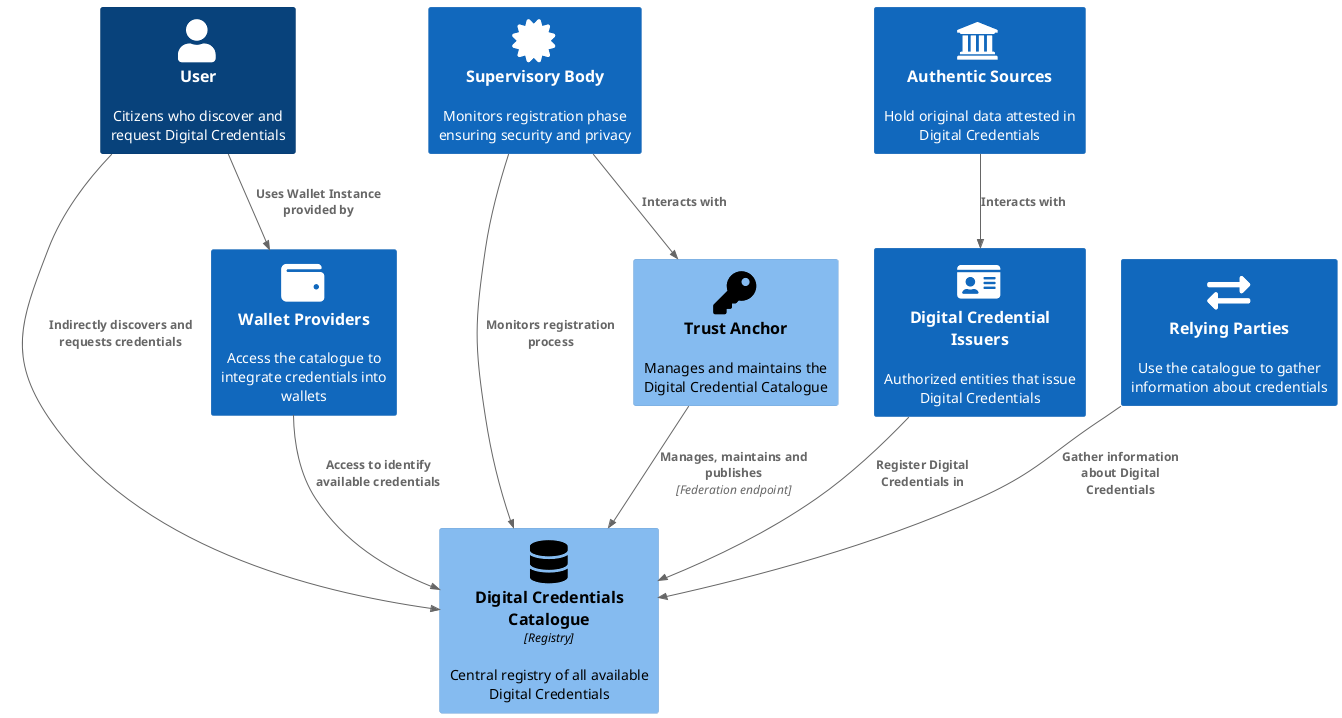
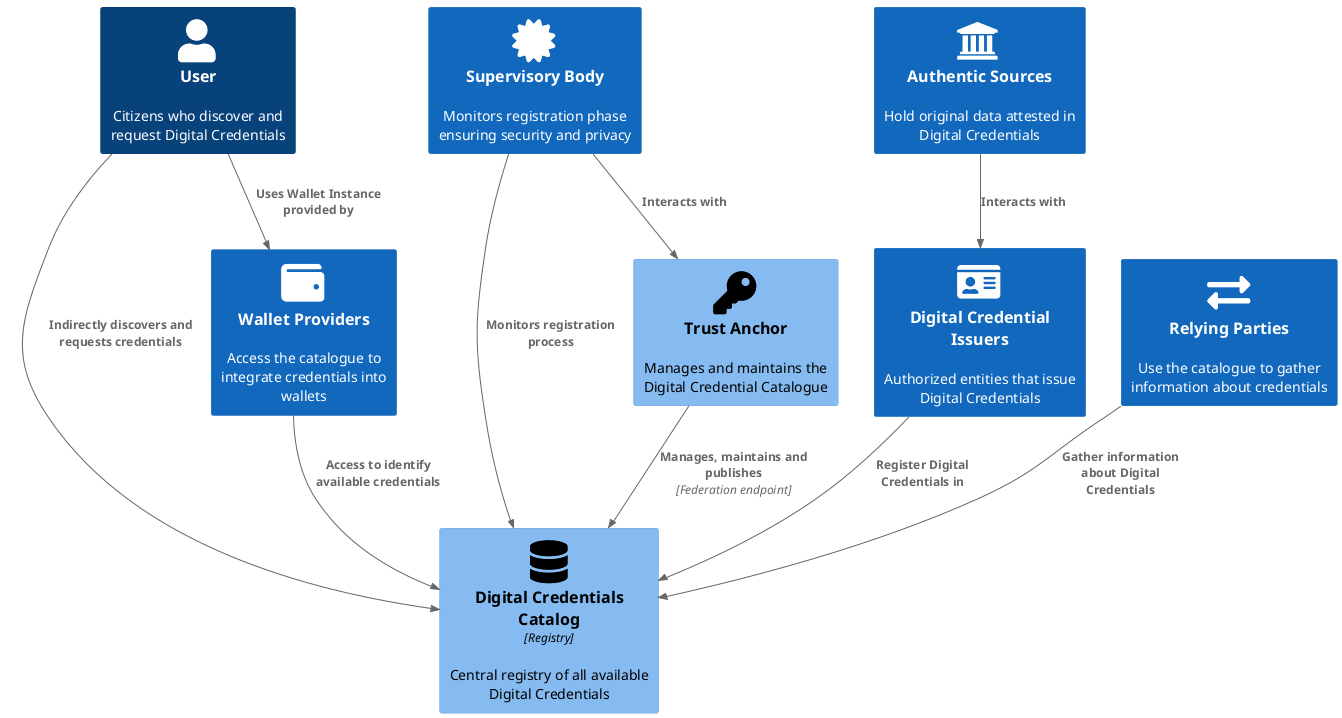
@startuml Digital Credential Catalogue Entities
!include <C4/C4_Component>

' Define SPRITES
!include <tupadr3/common>
!include <tupadr3/font-awesome-5/certificate>
!include <tupadr3/font-awesome-5/database>
!include <tupadr3/font-awesome-5/lock>
!include <tupadr3/font-awesome-5/users>
!include <tupadr3/font-awesome-5/cogs>
!include <tupadr3/font-awesome-5/server>
!include <tupadr3/font-awesome-5/key>
!include <tupadr3/font-awesome-5/user>
!include <tupadr3/font-awesome-5/id_card>
!include <tupadr3/font-awesome-5/exchange_alt>
!include <tupadr3/font-awesome-5/desktop>
!include <tupadr3/font-awesome-5/wallet>
!include <tupadr3/font-awesome/institution>


- Component(catalogue, "Digital Credentials Catalogue", "Registry", "Central registry of all available Digital Credentials", $sprite="database")
+ Component(catalogue, "Digital Credentials Catalog", "Registry", "Central registry of all available Digital Credentials", $sprite="database")


Person(user, "User", "Citizens who discover and request Digital Credentials", $sprite="user")
Component(trustAnchor, "Trust Anchor", "", "Manages and maintains the Digital Credential Catalogue", $sprite="key")
System(supervisoryBody, "Supervisory Body", "Monitors registration phase ensuring security and privacy", $sprite="certificate")
System(issuers, "Digital Credential Issuers", "Authorized entities that issue Digital Credentials", $sprite="id_card")
System(relyingParties, "Relying Parties", "Use the catalogue to gather information about credentials", $sprite="exchange_alt")
System(walletProviders, "Wallet Providers", "Access the catalogue to integrate credentials into wallets", $sprite="wallet")
System(authenticSources, "Authentic Sources", "Hold original data attested in Digital Credentials", $sprite="institution")

Rel(trustAnchor, catalogue, "Manages, maintains and publishes", "Federation endpoint")
Rel(supervisoryBody, trustAnchor, "Interacts with")
Rel(supervisoryBody, catalogue, "Monitors registration process")
Rel(issuers, catalogue, "Register Digital Credentials in")
Rel(authenticSources, issuers, "Interacts with")
Rel(relyingParties, catalogue, "Gather information about Digital Credentials")
Rel(walletProviders, catalogue, "Access to identify available credentials")
Rel(user, walletProviders, "Uses Wallet Instance provided by")
Rel_D(user, catalogue, "Indirectly discovers and requests credentials")
@enduml